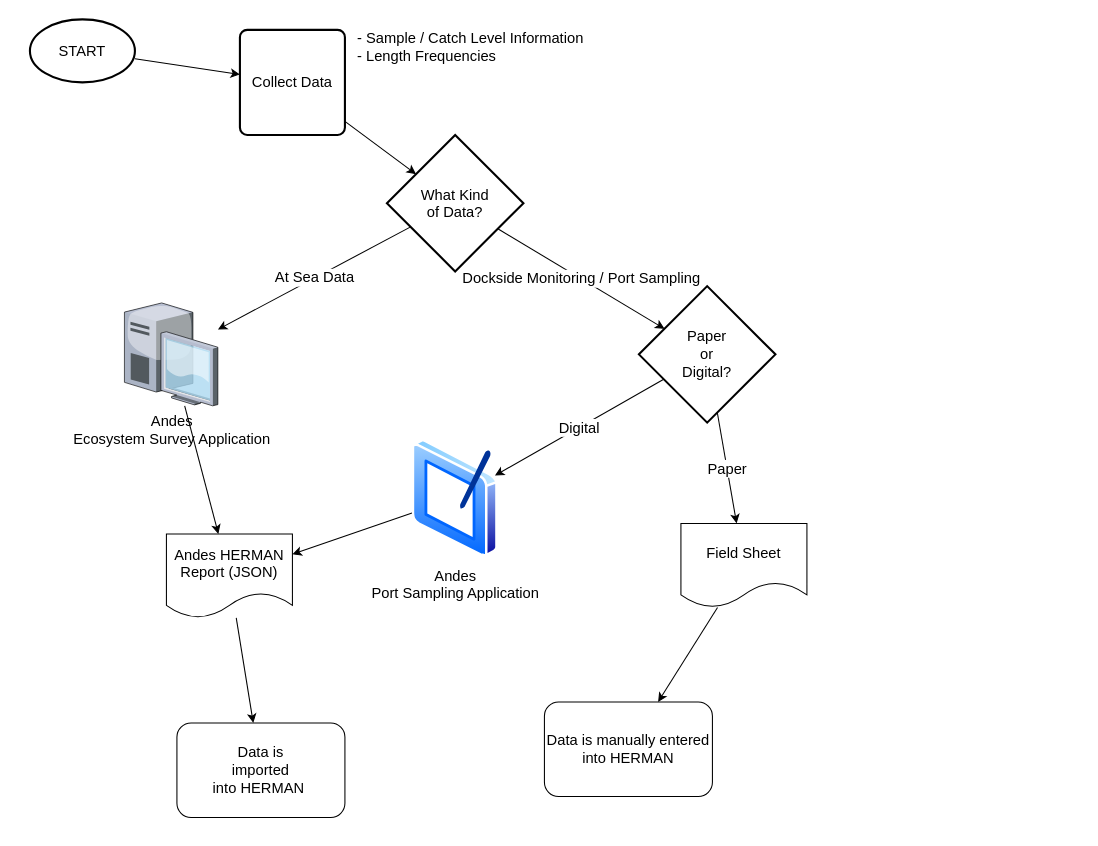
This is Untitled Diagram.drawio from davjfish/diagrams, a draw.io file, before an edit. Source tidied: cells renumbered, new cells numbered last; positions are measured from the earlier drawing's top-left corner, leaving out a move shared by most shapes. Both pictures are drawn from the tidied source at 105%, with x=0, y=0 at pixel (29, 19).
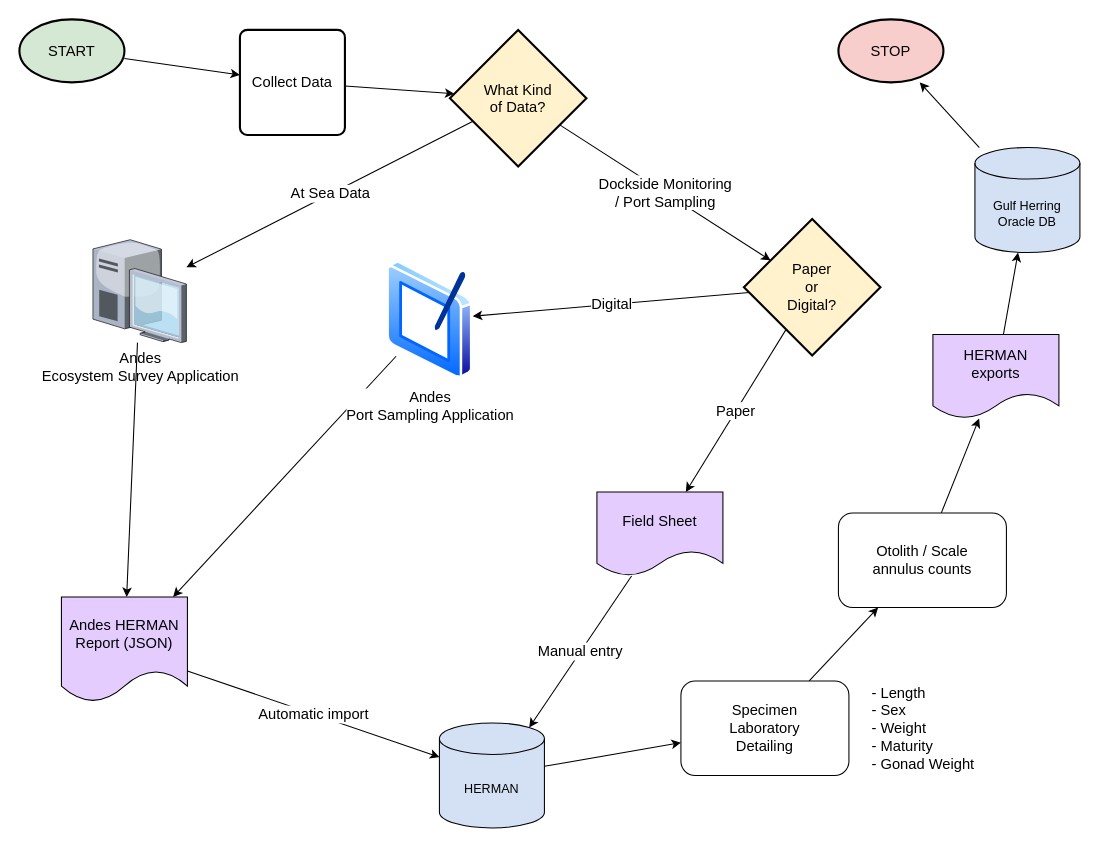
The same page after the edit.

What changed in the source:
```diff
@@
-    <mxCell id="3" value="START" style="strokeWidth=2;html=1;shape=mxgraph.flowchart.start_1;whiteSpace=wrap;fontSize=14;" parent="1" vertex="1">
-      <mxGeometry width="100" height="60" as="geometry" />
+    <mxCell id="3" value="START" style="strokeWidth=2;html=1;shape=mxgraph.flowchart.start_1;whiteSpace=wrap;fontSize=14;fillColor=#D5E8D4;" parent="1" vertex="1">
+      <mxGeometry x="-10" width="100" height="60" as="geometry" />
     </mxCell>
@@
-    <mxCell id="5" value="Dockside Monitoring / Port Sampling" style="rounded=0;jettySize=auto;html=1;fontSize=14;" parent="1" edge="1" source="7" target="19">
+    <mxCell id="5" value="Dockside Monitoring &lt;br&gt;/ Port Sampling" style="rounded=0;jettySize=auto;html=1;fontSize=14;" parent="1" edge="1" source="7" target="19">
       <mxGeometry relative="1" as="geometry" />
     </mxCell>
@@
-    <mxCell id="7" value="What Kind &lt;br style=&quot;font-size: 14px;&quot;&gt;of Data?" style="rhombus;whiteSpace=wrap;html=1;strokeWidth=2;fontSize=14;" parent="1" vertex="1">
-      <mxGeometry x="340" y="110" width="130" height="130" as="geometry" />
+    <mxCell id="7" value="What Kind &lt;br style=&quot;font-size: 14px;&quot;&gt;of Data?" style="rhombus;whiteSpace=wrap;html=1;strokeWidth=2;fontSize=14;fillColor=#FFF2CC;" parent="1" vertex="1">
+      <mxGeometry x="400" y="10" width="130" height="130" as="geometry" />
     </mxCell>
@@
     <mxCell id="10" value="Andes&lt;br style=&quot;font-size: 14px;&quot;&gt;Port Sampling Application" style="image;perimeter=ellipsePerimeter;html=1;align=center;shadow=0;dashed=0;spacingTop=3;image=img/lib/active_directory/tablet_pc.svg;fontSize=14;" parent="1" vertex="1">
-      <mxGeometry x="364.1" y="400" width="81.9" height="112.2" as="geometry" />
+      <mxGeometry x="340" y="230" width="81.9" height="112.2" as="geometry" />
     </mxCell>
@@
     <mxCell id="12" value="Andes&lt;br style=&quot;font-size: 14px;&quot;&gt;Ecosystem Survey Application" style="verticalLabelPosition=bottom;sketch=0;html=1;verticalAlign=top;strokeColor=none;align=center;outlineConnect=0;shape=mxgraph.citrix.desktop;fontSize=14;" parent="1" vertex="1">
-      <mxGeometry x="90" y="270" width="89" height="98" as="geometry" />
+      <mxGeometry x="60" y="209.8" width="89" height="98" as="geometry" />
     </mxCell>
-    <mxCell id="13" style="rounded=0;jettySize=auto;html=1;fontSize=14;" parent="1" edge="1" source="14" target="15">
+    <mxCell id="13" value="Automatic import" style="rounded=0;jettySize=auto;html=1;fontSize=14;entryX=0;entryY=0;entryDx=0;entryDy=32.5;entryPerimeter=0;" parent="1" edge="1" source="14" target="30">
       <mxGeometry relative="1" as="geometry" />
     </mxCell>
-    <mxCell id="14" value="Andes HERMAN Report (JSON)" style="shape=document;whiteSpace=wrap;html=1;boundedLbl=1;fontSize=14;" parent="1" vertex="1">
-      <mxGeometry x="130" y="490" width="120" height="80" as="geometry" />
+    <mxCell id="14" value="Andes HERMAN Report (JSON)" style="shape=document;whiteSpace=wrap;html=1;boundedLbl=1;fontSize=14;fillColor=#E5CCFF;" parent="1" vertex="1">
+      <mxGeometry x="30" y="550" width="120" height="100" as="geometry" />
     </mxCell>
-    <mxCell id="15" value="Data is&lt;br style=&quot;font-size: 14px;&quot;&gt;imported &lt;br style=&quot;font-size: 14px;&quot;&gt;into HERMAN&amp;nbsp;" style="rounded=1;whiteSpace=wrap;html=1;fontSize=14;" parent="1" vertex="1">
-      <mxGeometry x="140" y="670" width="160" height="90" as="geometry" />
-    </mxCell>
-    <mxCell id="16" value="- Sample / Catch Level Information&amp;nbsp;&lt;br style=&quot;font-size: 14px;&quot;&gt;- Length Frequencies&lt;br style=&quot;font-size: 14px;&quot;&gt;&lt;div style=&quot;font-size: 14px;&quot;&gt;&lt;br style=&quot;font-size: 14px;&quot;&gt;&lt;/div&gt;" style="text;html=1;strokeColor=none;fillColor=none;align=left;verticalAlign=middle;whiteSpace=wrap;rounded=0;fontSize=14;" parent="1" vertex="1">
-      <mxGeometry x="310" width="250" height="70" as="geometry" />
-    </mxCell>
+    <mxCell id="23" style="rounded=0;jettySize=auto;html=1;" parent="1" edge="1" source="30" target="25">
+      <mxGeometry relative="1" as="geometry" />
+    </mxCell>
@@
-    <mxCell id="19" value="Paper &lt;br style=&quot;font-size: 14px;&quot;&gt;or &lt;br style=&quot;font-size: 14px;&quot;&gt;Digital?" style="rhombus;whiteSpace=wrap;html=1;strokeWidth=2;fontSize=14;" parent="1" vertex="1">
-      <mxGeometry x="580" y="254" width="130" height="130" as="geometry" />
+    <mxCell id="19" value="Paper &lt;br style=&quot;font-size: 14px;&quot;&gt;or &lt;br style=&quot;font-size: 14px;&quot;&gt;Digital?" style="rhombus;whiteSpace=wrap;html=1;strokeWidth=2;fontSize=14;fillColor=#FFF2CC;" parent="1" vertex="1">
+      <mxGeometry x="680" y="190" width="130" height="130" as="geometry" />
     </mxCell>
-    <mxCell id="20" style="rounded=0;jettySize=auto;html=1;fontSize=14;" parent="1" edge="1" source="21" target="22">
+    <mxCell id="20" value="Manual entry" style="rounded=0;jettySize=auto;html=1;fontSize=14;entryX=0.855;entryY=0;entryDx=0;entryDy=4.35;entryPerimeter=0;" parent="1" edge="1" source="21" target="30">
       <mxGeometry relative="1" as="geometry" />
     </mxCell>
-    <mxCell id="21" value="Field Sheet" style="shape=document;whiteSpace=wrap;html=1;boundedLbl=1;fontSize=14;" parent="1" vertex="1">
-      <mxGeometry x="620" y="480" width="120" height="80" as="geometry" />
+    <mxCell id="21" value="Field Sheet" style="shape=document;whiteSpace=wrap;html=1;boundedLbl=1;fontSize=14;fillColor=#E5CCFF;" parent="1" vertex="1">
+      <mxGeometry x="540" y="450" width="120" height="80" as="geometry" />
     </mxCell>
-    <mxCell id="22" value="Data is manually entered into HERMAN" style="rounded=1;whiteSpace=wrap;html=1;fontSize=14;" parent="1" vertex="1">
-      <mxGeometry x="490" y="650" width="160" height="90" as="geometry" />
-    </mxCell>
+    <mxCell id="24" style="rounded=0;jettySize=auto;html=1;" parent="1" edge="1" source="25" target="27">
+      <mxGeometry relative="1" as="geometry" />
+    </mxCell>
+    <mxCell id="25" value="Specimen &lt;br&gt;Laboratory&lt;br&gt;Detailing" style="rounded=1;whiteSpace=wrap;html=1;fontSize=14;" parent="1" vertex="1">
+      <mxGeometry x="620" y="630" width="160" height="90" as="geometry" />
+    </mxCell>
+    <mxCell id="26" style="rounded=0;jettySize=auto;html=1;" parent="1" edge="1" source="27" target="29">
+      <mxGeometry relative="1" as="geometry" />
+    </mxCell>
+    <mxCell id="27" value="Otolith / Scale &lt;br&gt;annulus counts" style="rounded=1;whiteSpace=wrap;html=1;fontSize=14;" parent="1" vertex="1">
+      <mxGeometry x="770" y="470" width="160" height="90" as="geometry" />
+    </mxCell>
+    <mxCell id="28" style="rounded=0;jettySize=auto;html=1;" parent="1" edge="1" source="29" target="32">
+      <mxGeometry relative="1" as="geometry" />
+    </mxCell>
+    <mxCell id="29" value="HERMAN &lt;br&gt;exports" style="shape=document;whiteSpace=wrap;html=1;boundedLbl=1;fontSize=14;fillColor=#E5CCFF;" parent="1" vertex="1">
+      <mxGeometry x="860" y="300" width="120" height="80" as="geometry" />
+    </mxCell>
+    <mxCell id="30" value="HERMAN" style="shape=cylinder3;whiteSpace=wrap;html=1;boundedLbl=1;backgroundOutline=1;size=15;fillColor=#D4E1F5;" parent="1" vertex="1">
+      <mxGeometry x="390" y="670" width="100" height="100" as="geometry" />
+    </mxCell>
+    <mxCell id="31" style="rounded=0;jettySize=auto;html=1;" parent="1" edge="1" source="32" target="34">
+      <mxGeometry relative="1" as="geometry" />
+    </mxCell>
+    <mxCell id="32" value="Gulf Herring Oracle DB" style="shape=cylinder3;whiteSpace=wrap;html=1;boundedLbl=1;backgroundOutline=1;size=15;fillColor=#D4E1F5;" parent="1" vertex="1">
+      <mxGeometry x="900" y="122" width="100" height="100" as="geometry" />
+    </mxCell>
+    <mxCell id="33" value="- Length&lt;br&gt;- Sex&lt;br&gt;- Weight&lt;br&gt;- Maturity&lt;br&gt;- Gonad Weight" style="text;html=1;strokeColor=none;fillColor=none;align=left;verticalAlign=middle;whiteSpace=wrap;rounded=0;fontSize=14;" parent="1" vertex="1">
+      <mxGeometry x="800" y="630" width="150" height="90" as="geometry" />
+    </mxCell>
+    <mxCell id="34" value="STOP" style="strokeWidth=2;html=1;shape=mxgraph.flowchart.start_1;whiteSpace=wrap;fontSize=14;fillColor=#F8CECC;" parent="1" vertex="1">
+      <mxGeometry x="770" width="100" height="60" as="geometry" />
+    </mxCell>
```
